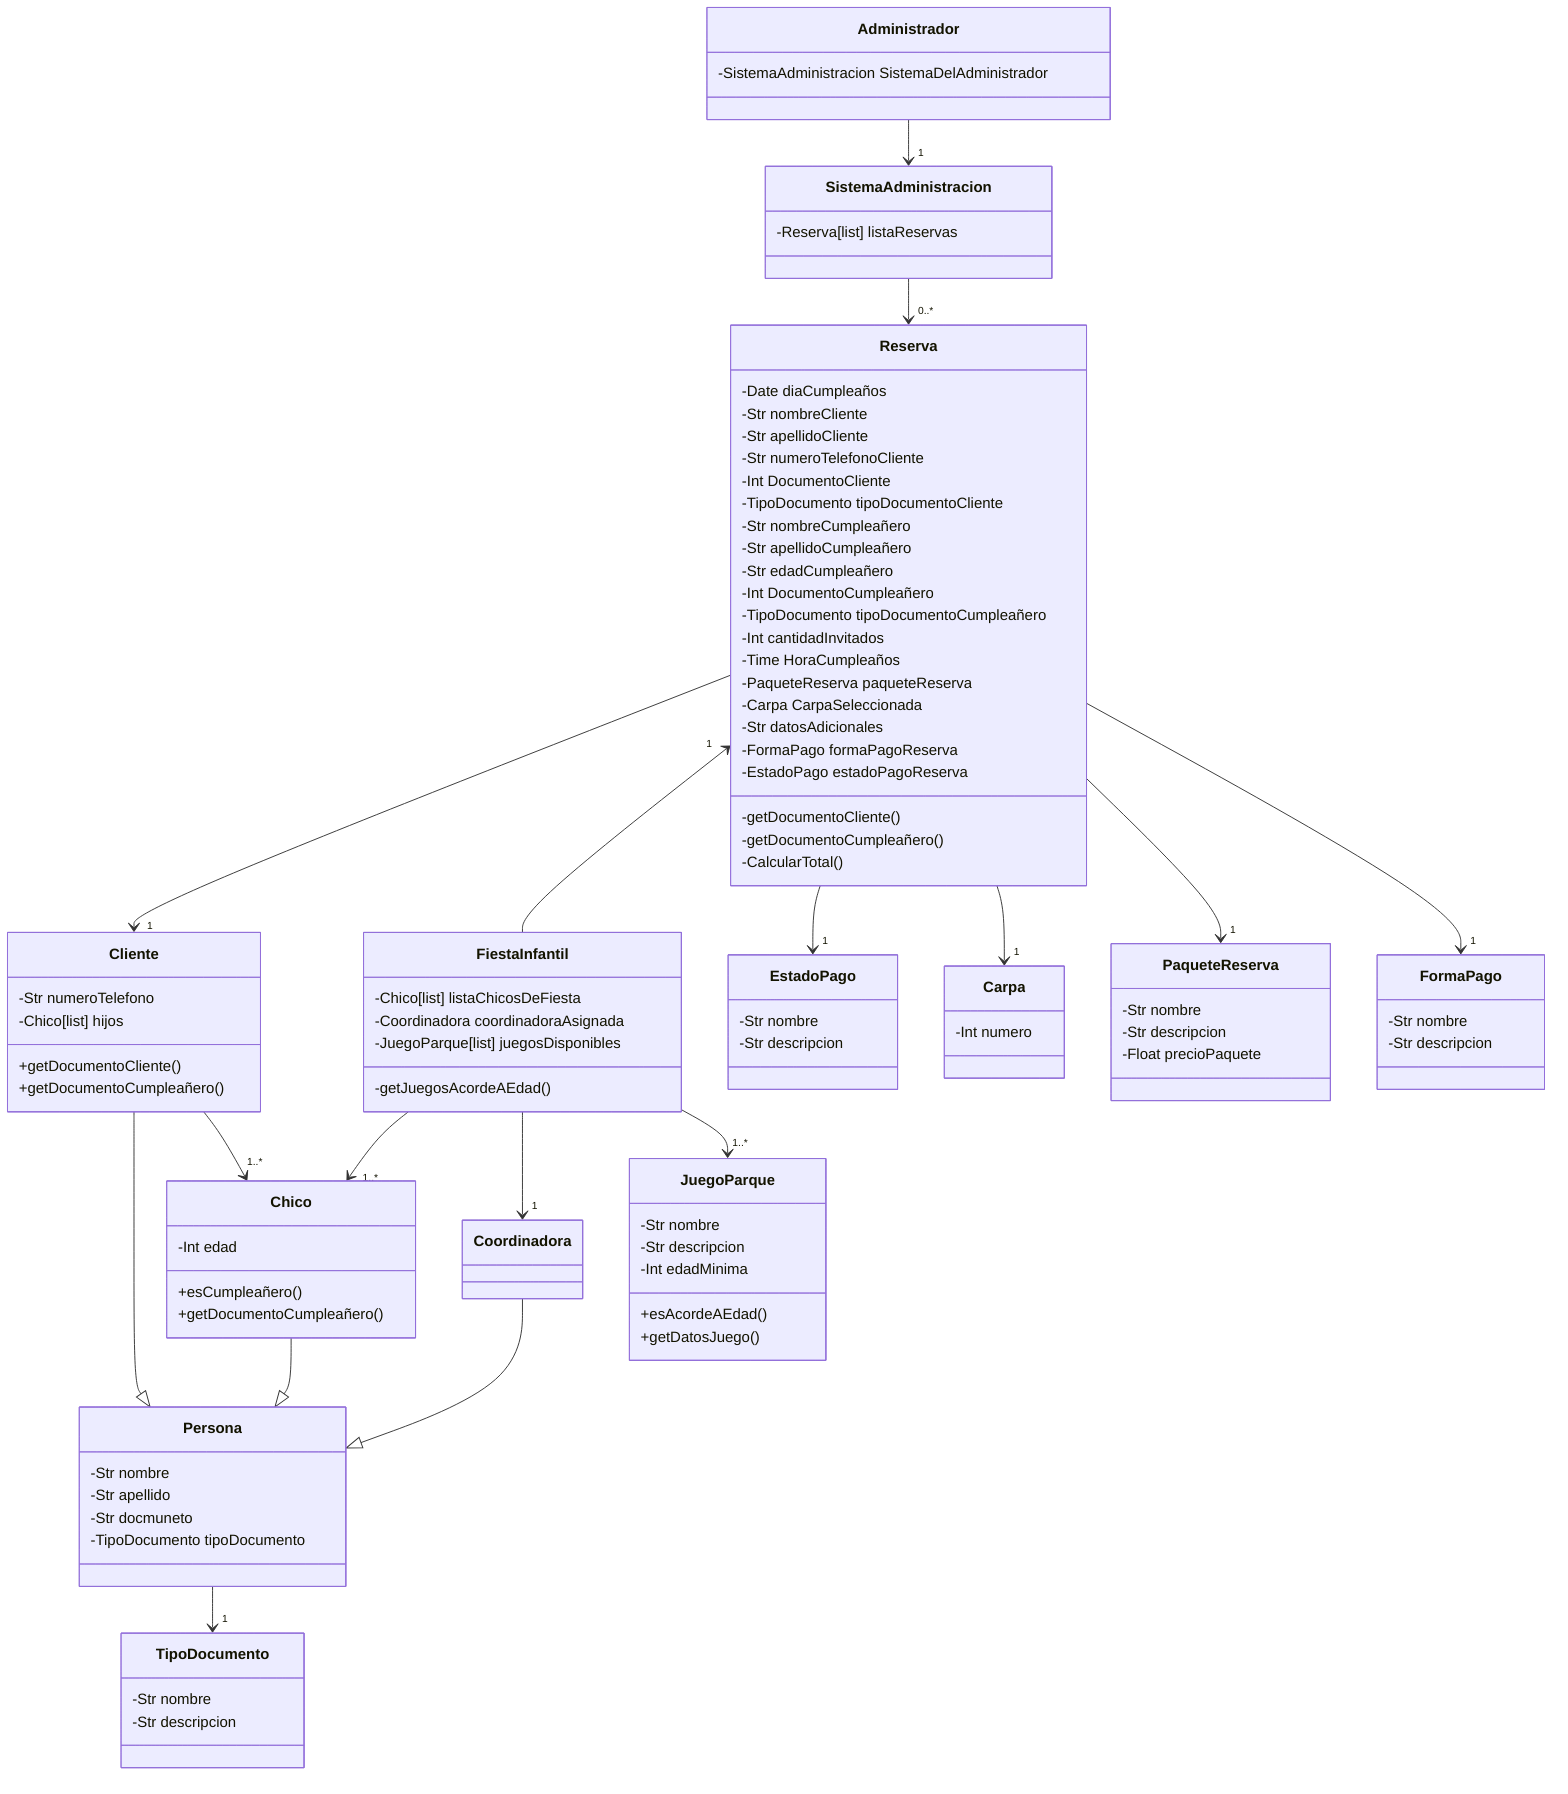
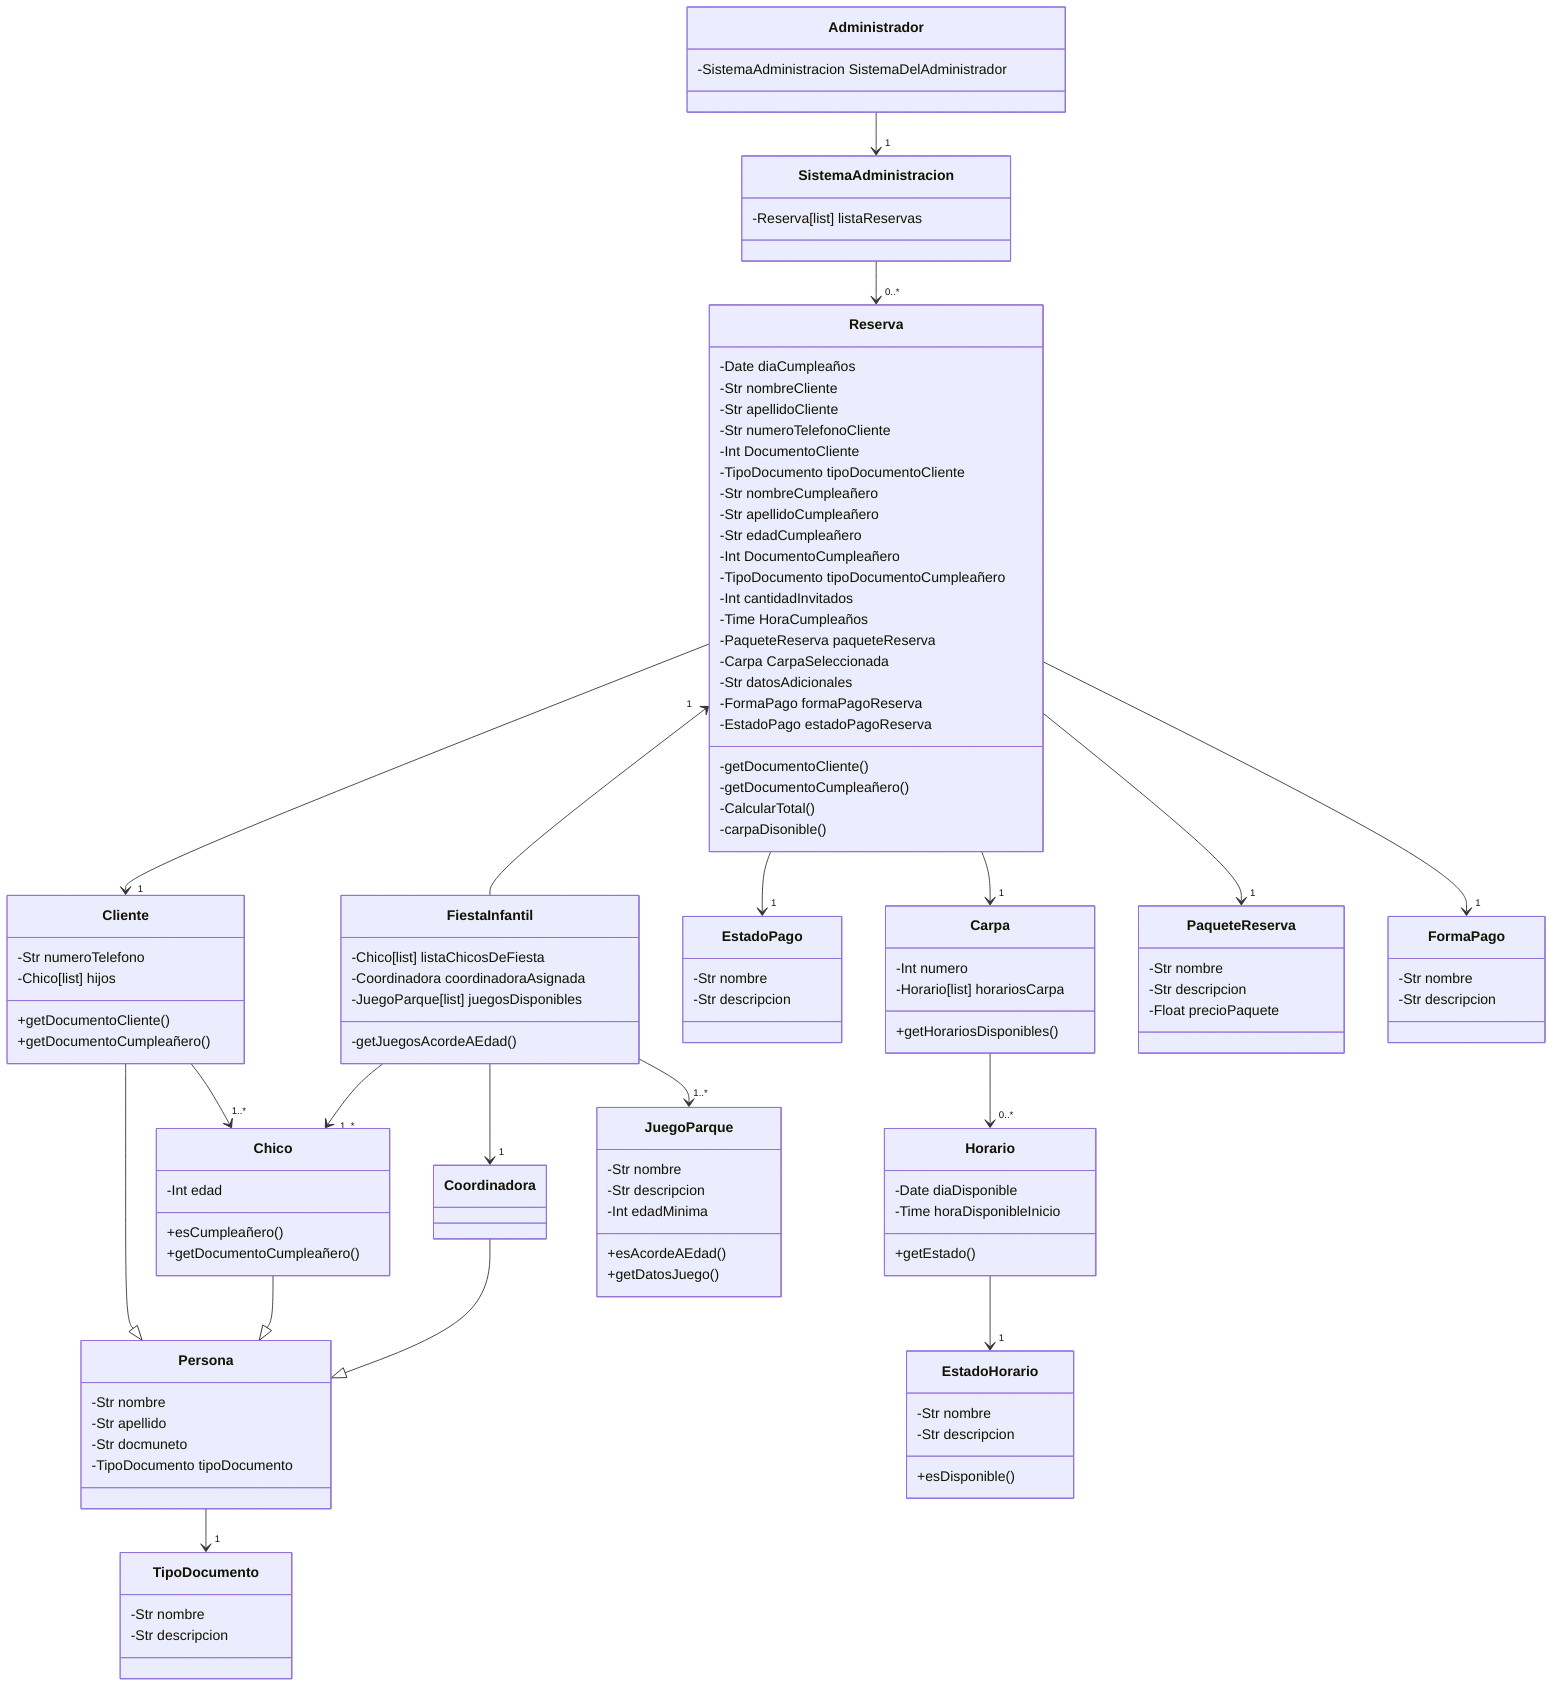
classDiagram

    Reserva -->"1" Cliente
    SistemaAdministracion -->"0..*" Reserva
    Administrador -->"1" SistemaAdministracion
    Cliente --|> Persona
    Cliente -->"1..*" Chico
    Reserva "1"<--FiestaInfantil
    Reserva -->"1" EstadoPago
    FiestaInfantil -->"1..*" Chico
    FiestaInfantil -->"1" Coordinadora
    FiestaInfantil -->"1..*" JuegoParque
    Coordinadora --|> Persona
    Reserva -->"1" Carpa
+     Carpa -->"0..*" Horario
+     Horario -->"1" EstadoHorario
    Persona -->"1" TipoDocumento
    Chico --|> Persona
    Reserva -->"1" PaqueteReserva
    Reserva -->"1" FormaPago
    Administrador
+ 
    class Reserva {
        -Date diaCumpleaños
        -Str nombreCliente
        -Str apellidoCliente
        -Str numeroTelefonoCliente
        -Int DocumentoCliente
        -TipoDocumento tipoDocumentoCliente
        -Str nombreCumpleañero
        -Str apellidoCumpleañero
        -Str edadCumpleañero
        -Int DocumentoCumpleañero
        -TipoDocumento tipoDocumentoCumpleañero
        -Int cantidadInvitados
        -Time HoraCumpleaños
        -PaqueteReserva paqueteReserva
        -Carpa CarpaSeleccionada
        -Str datosAdicionales
        -FormaPago formaPagoReserva
        -EstadoPago estadoPagoReserva
        -getDocumentoCliente()
        -getDocumentoCumpleañero()
        -CalcularTotal()
+         -carpaDisonible()
    }
    class Cliente {
        -Str numeroTelefono
        -Chico[list] hijos

        +getDocumentoCliente()
        +getDocumentoCumpleañero()
    }
    class Persona {
        -Str nombre
        -Str apellido
        -Str docmuneto
        -TipoDocumento tipoDocumento
    }
    class Carpa{
        -Int numero
+         -Horario[list] horariosCarpa
+         +getHorariosDisponibles()
+     }
+     class Horario {
+         -Date diaDisponible
+         -Time horaDisponibleInicio
+         +getEstado()
+     }
+     class EstadoHorario {
+         -Str nombre
+         -Str descripcion
+         +esDisponible()
    }
    class Administrador {
        -SistemaAdministracion SistemaDelAdministrador
    }
    class EstadoPago {
        -Str nombre
        -Str descripcion
    }
    class PaqueteReserva {
        -Str nombre
        -Str descripcion
        -Float precioPaquete
    }
    class TipoDocumento {
        -Str nombre
        -Str descripcion
    }
    class FiestaInfantil {
        -Chico[list] listaChicosDeFiesta
        -Coordinadora coordinadoraAsignada
        -JuegoParque[list] juegosDisponibles
        -getJuegosAcordeAEdad()
    }
    class Chico {
        -Int edad
        +esCumpleañero()
        +getDocumentoCumpleañero()
    }
    class SistemaAdministracion {
        -Reserva[list] listaReservas
    }
    class FormaPago {
        -Str nombre
        -Str descripcion
    }

    class Coordinadora

    class JuegoParque {
        -Str nombre
        -Str descripcion
        -Int edadMinima
        +esAcordeAEdad()
        +getDatosJuego()
    }